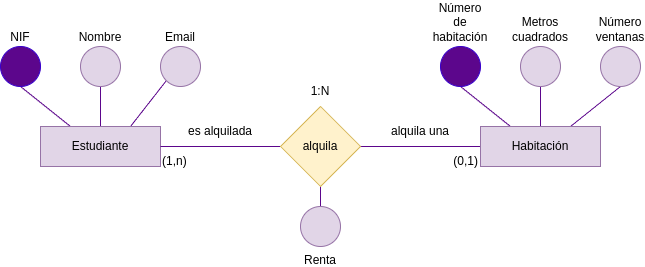
Before: entity-relationship-model/images/relationship-renting.png, a diagram exported from draw.io (ull-cs/adbd). Source tidied: cells renumbered, new cells last; positions are measured from the earlier drawing's top-left corner, leaving out a move shared by most shapes.
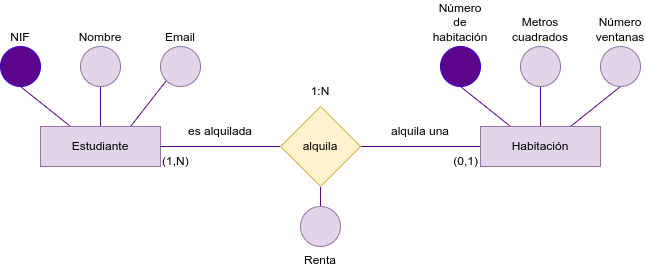
Later version of the same file.

The edit, as a diff of the source:
```diff
@@ -67,7 +67,7 @@
     <mxCell id="22" value="1:N" style="text;html=1;strokeColor=none;fillColor=none;align=center;verticalAlign=middle;whiteSpace=wrap;rounded=0;" parent="1" vertex="1">
       <mxGeometry x="280" y="30" width="80" height="30" as="geometry" />
     </mxCell>
-    <mxCell id="23" value="(1,n)" style="text;html=1;strokeColor=none;fillColor=none;align=left;verticalAlign=middle;whiteSpace=wrap;rounded=0;" parent="1" vertex="1">
+    <mxCell id="23" value="(1,N)" style="text;html=1;strokeColor=none;fillColor=none;align=left;verticalAlign=middle;whiteSpace=wrap;rounded=0;" parent="1" vertex="1">
       <mxGeometry x="160" y="100" width="120" height="30" as="geometry" />
     </mxCell>
     <mxCell id="24" value="(0,1)" style="text;html=1;strokeColor=none;fillColor=none;align=right;verticalAlign=middle;whiteSpace=wrap;rounded=0;" parent="1" vertex="1">
```
